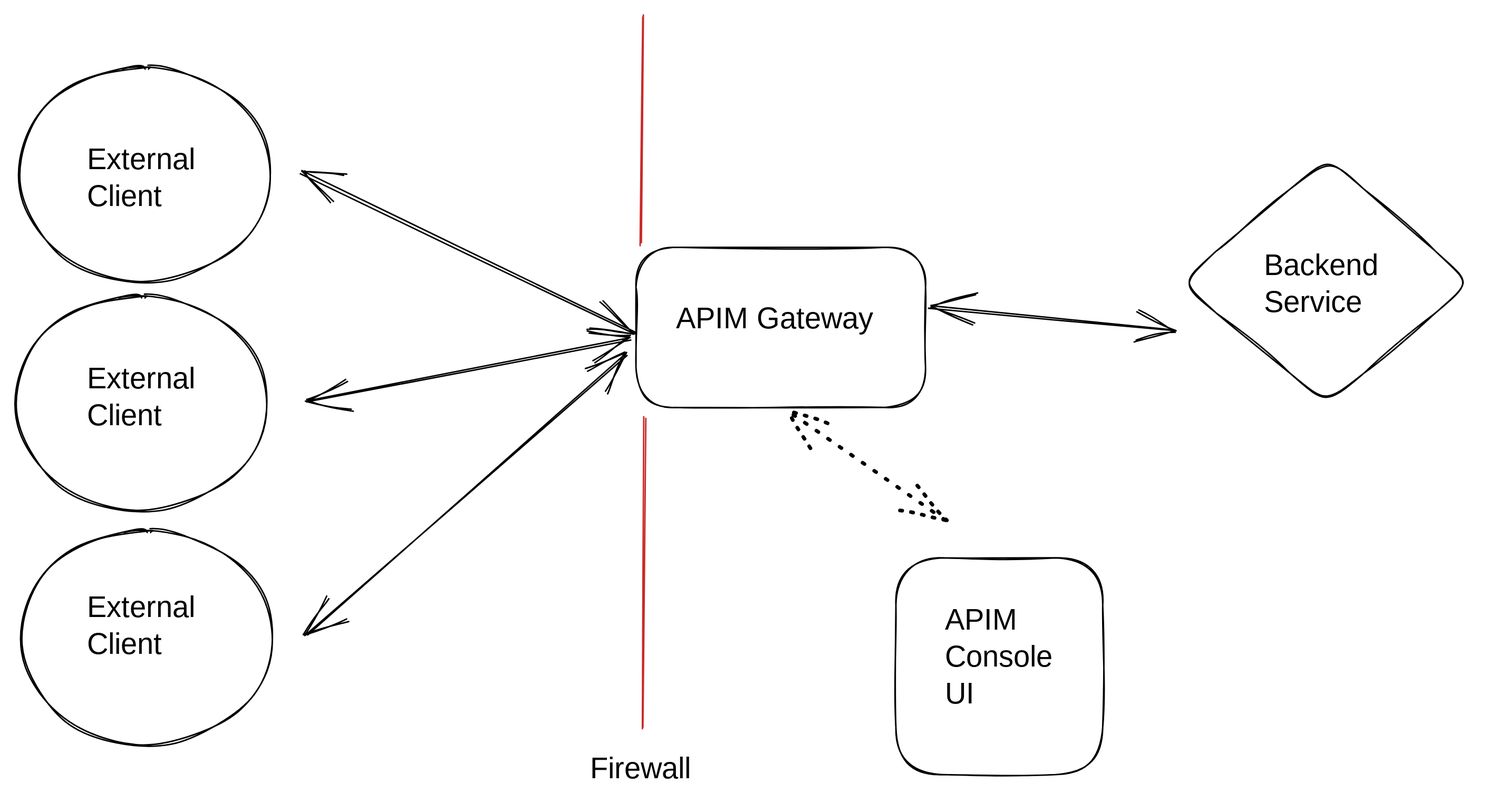
This is docs/apim/4.2/.gitbook/assets/file.excalidraw (2).svg from gravitee-io/gravitee-platform-docs, a Excalidraw export, as it was before one commit. Source tidied: one line per element, renumbered; positions are measured from the earlier drawing's top-left corner, leaving out a move shared by most shapes.
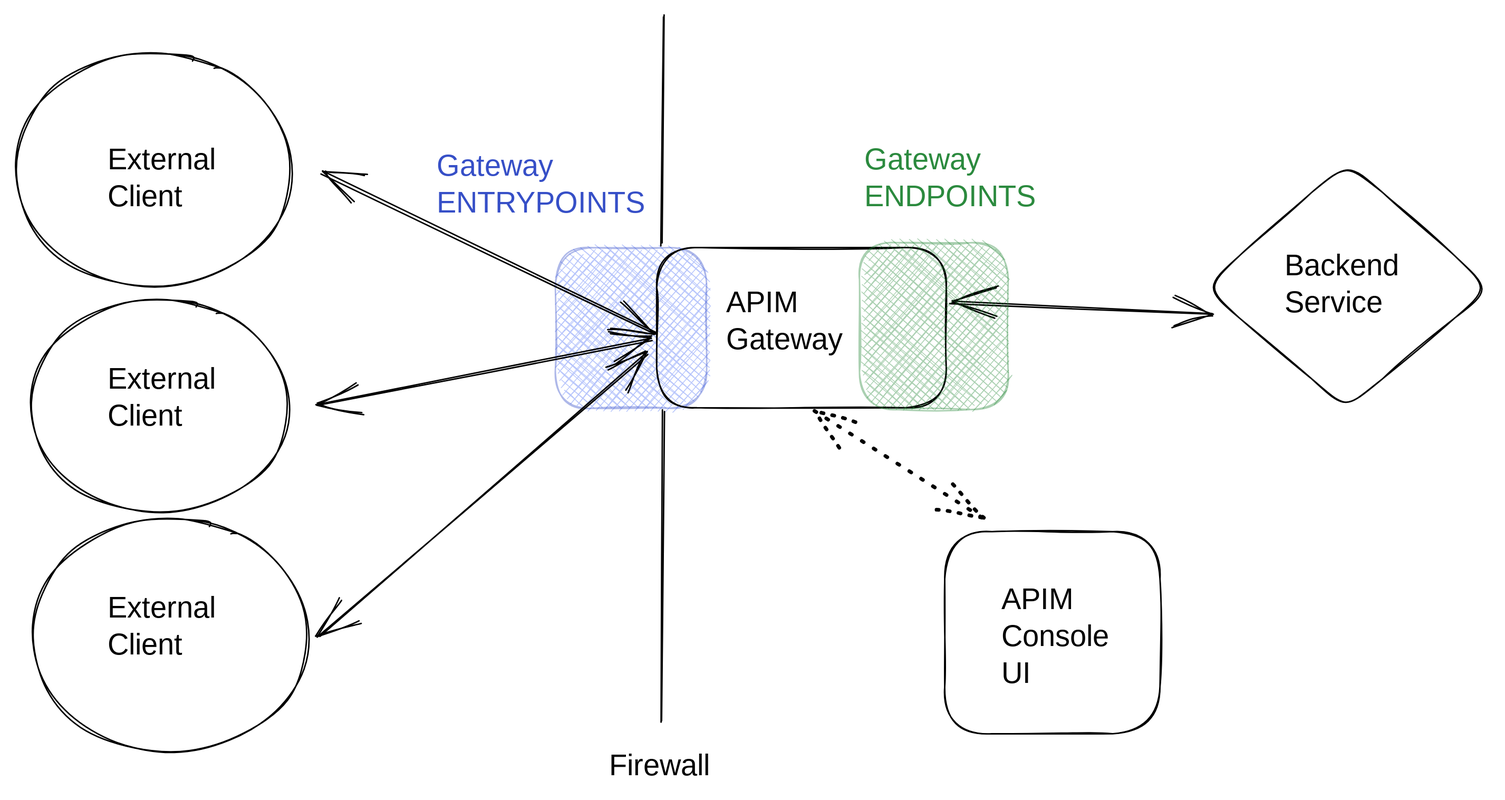
The same file after the commit.

The edit, as a diff of the source:
```diff
@@ -1,20 +1,24 @@
-{"id": 0, "type": "rectangle", "strokeColor": "#000000", "strokeWidth": 1, "roughness": 1, "round": true, "x": 421, "y": 157, "width": 196, "height": 109}
+{"id": 20, "type": "rectangle", "strokeColor": "#364fc7", "backgroundColor": "#4c6ef5", "fillStyle": "cross-hatch", "strokeWidth": 1, "roughness": 1, "opacity": 40, "round": true, "x": 740, "y": 324, "width": 103, "height": 109}
+{"id": 21, "type": "rectangle", "strokeColor": "#000000", "strokeWidth": 1, "roughness": 1, "round": true, "x": 808, "y": 324, "width": 196, "height": 109}
-{"id": 1, "type": "text", "text": "APIM Gateway", "strokeColor": "#000000", "strokeWidth": 1, "roughness": 1, "fontSize": 20, "fontFamily": 1, "x": 448, "y": 194, "width": 149, "height": 25}
+{"id": 1, "type": "text", "text": "APIM\nGateway", "strokeColor": "#000000", "strokeWidth": 1, "roughness": 1, "fontSize": 20, "fontFamily": 1, "x": 856, "y": 350, "width": 86, "height": 50}
-{"id": 2, "type": "text", "text": "External \nClient", "strokeColor": "#000000", "strokeWidth": 1, "roughness": 1, "fontSize": 20, "fontFamily": 1, "x": 49, "y": 86, "width": 93, "height": 50}
-{"id": 3, "type": "text", "text": "External \nClient", "strokeColor": "#000000", "strokeWidth": 1, "roughness": 1, "fontSize": 20, "fontFamily": 1, "x": 49, "y": 234, "width": 93, "height": 50}
-{"id": 4, "type": "text", "text": "External \nClient", "strokeColor": "#000000", "strokeWidth": 1, "roughness": 1, "fontSize": 20, "fontFamily": 1, "x": 49, "y": 390, "width": 93, "height": 50}
-{"id": 5, "type": "arrow", "strokeColor": "#000000", "strokeWidth": 1, "roughness": 1, "startArrowhead": "arrow", "endArrowhead": "arrow", "round": true, "from": 14, "to": 0, "x": 194, "y": 106, "width": 226, "height": 109, "points": [[0, 0], [226, 109]]}
-{"id": 6, "type": "arrow", "strokeColor": "#000000", "strokeWidth": 1, "roughness": 1, "startArrowhead": "arrow", "endArrowhead": "arrow", "round": true, "from": 15, "to": 0, "x": 197, "y": 261, "width": 220, "height": 42, "points": [[0, 0], [220, -42]]}
-{"id": 7, "type": "arrow", "strokeColor": "#000000", "strokeWidth": 1, "roughness": 1, "startArrowhead": "arrow", "endArrowhead": "arrow", "round": true, "from": 16, "to": 0, "x": 197, "y": 419, "width": 217, "height": 190, "points": [[0, 0], [217, -190]]}
+{"id": 22, "type": "text", "text": "External \nClient", "strokeColor": "#000000", "strokeWidth": 1, "roughness": 1, "fontSize": 20, "fontFamily": 1, "x": 437, "y": 253, "width": 93, "height": 50}
+{"id": 23, "type": "text", "text": "External \nClient", "strokeColor": "#000000", "strokeWidth": 1, "roughness": 1, "fontSize": 20, "fontFamily": 1, "x": 437, "y": 401, "width": 93, "height": 50}
+{"id": 24, "type": "text", "text": "External \nClient", "strokeColor": "#000000", "strokeWidth": 1, "roughness": 1, "fontSize": 20, "fontFamily": 1, "x": 437, "y": 557, "width": 93, "height": 50}
+{"id": 25, "type": "arrow", "strokeColor": "#000000", "strokeWidth": 1, "roughness": 1, "startArrowhead": "arrow", "endArrowhead": "arrow", "round": true, "from": 37, "to": 21, "x": 581, "y": 273, "width": 226, "height": 109, "points": [[0, 0], [226, 109]]}
+{"id": 26, "type": "arrow", "strokeColor": "#000000", "strokeWidth": 1, "roughness": 1, "startArrowhead": "arrow", "endArrowhead": "arrow", "round": true, "from": 38, "to": 21, "x": 577, "y": 430, "width": 227, "height": 44, "points": [[0, 0], [227, -44]]}
+{"id": 27, "type": "arrow", "strokeColor": "#000000", "strokeWidth": 1, "roughness": 1, "startArrowhead": "arrow", "endArrowhead": "arrow", "round": true, "from": 39, "to": 21, "x": 579, "y": 587, "width": 223, "height": 191, "points": [[0, 0], [223, -191]]}
-{"id": 8, "type": "text", "text": "Backend\nService", "strokeColor": "#000000", "strokeWidth": 1, "roughness": 1, "fontSize": 20, "fontFamily": 1, "x": 846, "y": 158, "width": 79, "height": 50}
+{"id": 8, "type": "text", "text": "Backend\nService", "strokeColor": "#000000", "strokeWidth": 1, "roughness": 1, "fontSize": 20, "fontFamily": 1, "x": 1234, "y": 325, "width": 79, "height": 50}
-{"id": 9, "type": "arrow", "strokeColor": "#000000", "strokeWidth": 1, "roughness": 1, "startArrowhead": "arrow", "endArrowhead": "arrow", "round": true, "from": 17, "to": 0, "x": 786, "y": 213, "width": 166, "height": 15, "points": [[0, 0], [-166, -15]]}
+{"id": 28, "type": "arrow", "strokeColor": "#000000", "strokeWidth": 1, "roughness": 1, "startArrowhead": "arrow", "endArrowhead": "arrow", "round": true, "from": 36, "to": 21, "x": 1184, "y": 368, "width": 177, "height": 7, "points": [[0, 0], [-177, -7]]}
-{"id": 10, "type": "text", "text": "Firewall", "strokeColor": "#000000", "strokeWidth": 1, "roughness": 1, "fontSize": 20, "fontFamily": 1, "x": 390, "y": 499, "width": 71, "height": 25}
+{"id": 10, "type": "text", "text": "Firewall", "strokeColor": "#000000", "strokeWidth": 1, "roughness": 1, "fontSize": 20, "fontFamily": 1, "x": 776, "y": 663, "width": 71, "height": 25}
-{"id": 11, "type": "line", "strokeColor": "#c92a2a", "strokeWidth": 1, "roughness": 1, "round": true, "x": 423, "y": 155, "width": 1, "height": 155, "points": [[0, 0], [1, -155]]}
-{"id": 12, "type": "line", "strokeColor": "#c92a2a", "strokeWidth": 1, "roughness": 1, "round": true, "x": 427, "y": 273, "width": 3, "height": 210, "points": [[0, 0], [-3, 210]]}
-{"id": 13, "type": "arrow", "strokeColor": "#000000", "strokeWidth": 2, "strokeStyle": "dotted", "roughness": 1, "startArrowhead": "arrow", "endArrowhead": "arrow", "round": true, "from": 18, "to": 0, "x": 631, "y": 343, "width": 108, "height": 74, "points": [[0, 0], [-108, -74]]}
-{"id": 14, "type": "ellipse", "strokeColor": "#000000", "strokeWidth": 1, "roughness": 1, "round": true, "x": 2, "y": 35, "width": 171, "height": 146}
-{"id": 15, "type": "ellipse", "strokeColor": "#000000", "strokeWidth": 1, "roughness": 1, "round": true, "x": 0, "y": 190, "width": 171, "height": 146}
-{"id": 16, "type": "ellipse", "strokeColor": "#000000", "strokeWidth": 1, "roughness": 1, "round": true, "x": 4, "y": 349, "width": 171, "height": 146}
-{"id": 17, "type": "diamond", "strokeColor": "#000000", "strokeWidth": 1, "roughness": 1, "round": true, "x": 789, "y": 97, "width": 198, "height": 167}
-{"id": 18, "type": "rectangle", "strokeColor": "#000000", "strokeWidth": 1, "roughness": 1, "round": true, "x": 597, "y": 368, "width": 140, "height": 147}
+{"id": 29, "type": "line", "strokeColor": "#000000", "strokeWidth": 1, "roughness": 1, "round": true, "x": 811, "y": 322, "width": 1, "height": 155, "points": [[0, 0], [1, -155]]}
+{"id": 30, "type": "line", "strokeColor": "#000000", "strokeWidth": 1, "roughness": 1, "round": true, "x": 814, "y": 436, "width": 3, "height": 210, "points": [[0, 0], [-3, 210]]}
+{"id": 31, "type": "arrow", "strokeColor": "#000000", "strokeWidth": 2, "strokeStyle": "dotted", "roughness": 1, "startArrowhead": "arrow", "endArrowhead": "arrow", "round": true, "from": 35, "to": 21, "x": 1029, "y": 508, "width": 115, "height": 72, "points": [[0, 0], [-115, -72]]}
+{"id": 32, "type": "text", "text": "Gateway\nENTRYPOINTS", "strokeColor": "#364fc7", "backgroundColor": "#4c6ef5", "fillStyle": "cross-hatch", "strokeWidth": 1, "roughness": 1, "fontSize": 20, "fontFamily": 1, "x": 659, "y": 257, "width": 146, "height": 50}
+{"id": 33, "type": "rectangle", "strokeColor": "#2b8a3e", "backgroundColor": "#2b8a3e", "fillStyle": "cross-hatch", "strokeWidth": 1, "roughness": 1, "opacity": 40, "round": true, "x": 946, "y": 321, "width": 101, "height": 113}
+{"id": 34, "type": "text", "text": "Gateway\nENDPOINTS", "strokeColor": "#2b8a3e", "backgroundColor": "#4c6ef5", "fillStyle": "cross-hatch", "strokeWidth": 1, "roughness": 1, "fontSize": 20, "fontFamily": 1, "x": 949, "y": 253, "width": 122, "height": 50}
+{"id": 35, "type": "rectangle", "strokeColor": "#000000", "strokeWidth": 1, "roughness": 1, "round": true, "x": 1004, "y": 517, "width": 146, "height": 137}
-{"id": 19, "type": "text", "text": "APIM\nConsole\nUI", "strokeColor": "#000000", "strokeWidth": 1, "roughness": 1, "fontSize": 20, "fontFamily": 1, "x": 630, "y": 398, "width": 71, "height": 75}
+{"id": 19, "type": "text", "text": "APIM\nConsole\nUI", "strokeColor": "#000000", "strokeWidth": 1, "roughness": 1, "fontSize": 20, "fontFamily": 1, "x": 1042, "y": 551, "width": 71, "height": 75}
+{"id": 36, "type": "diamond", "strokeColor": "#000000", "strokeWidth": 1, "roughness": 1, "round": true, "x": 1179, "y": 266, "width": 194, "height": 168}
+{"id": 37, "type": "ellipse", "strokeColor": "#000000", "strokeWidth": 1, "roughness": 1, "round": true, "x": 374, "y": 192, "width": 188, "height": 159}
+{"id": 38, "type": "ellipse", "strokeColor": "#000000", "strokeWidth": 1, "roughness": 1, "round": true, "x": 384, "y": 359, "width": 176, "height": 144}
+{"id": 39, "type": "ellipse", "strokeColor": "#000000", "strokeWidth": 1, "roughness": 1, "round": true, "x": 385, "y": 508, "width": 188, "height": 159}
```
